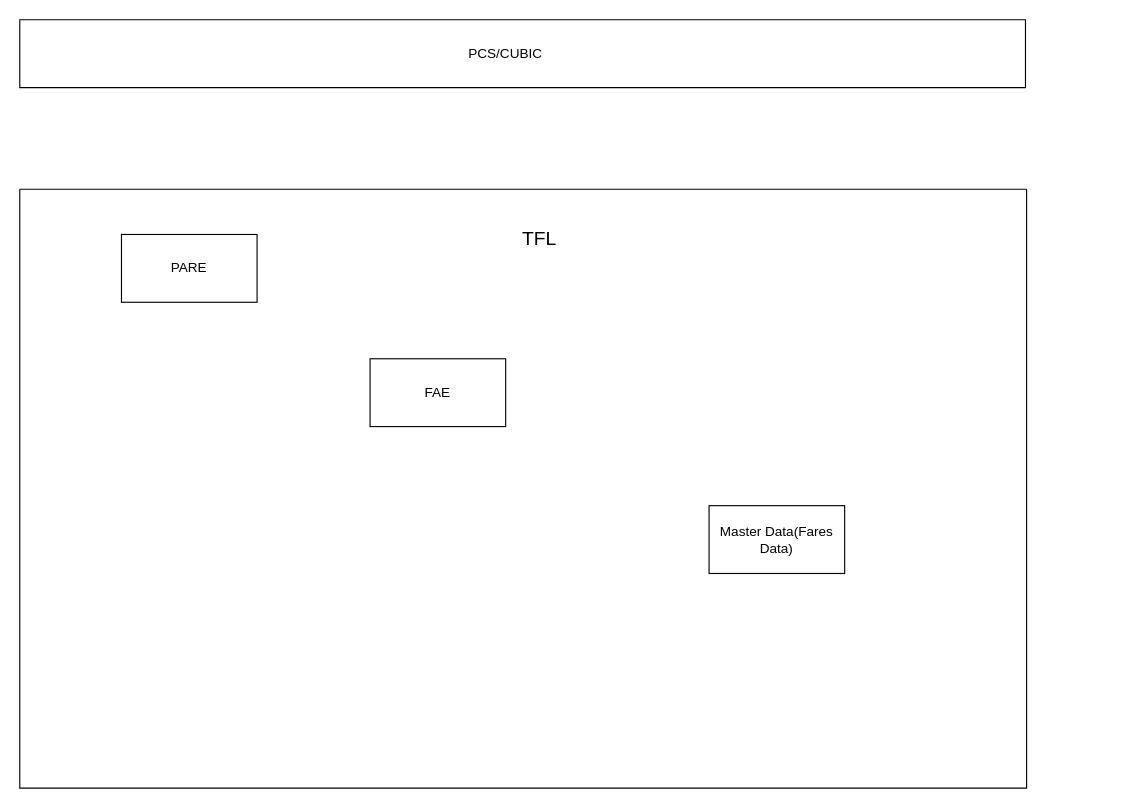
mattwatts36/drawings keeps this draw.io diagram as FTPLogicalDiagram.drawio. Above is the earlier version. Source tidied: cells renumbered, new cells numbered last; positions are measured from the earlier drawing's top-left corner, leaving out a move shared by most shapes. Both pictures are drawn from the tidied source at 113%, with x=0, y=0 at pixel (19, 19).
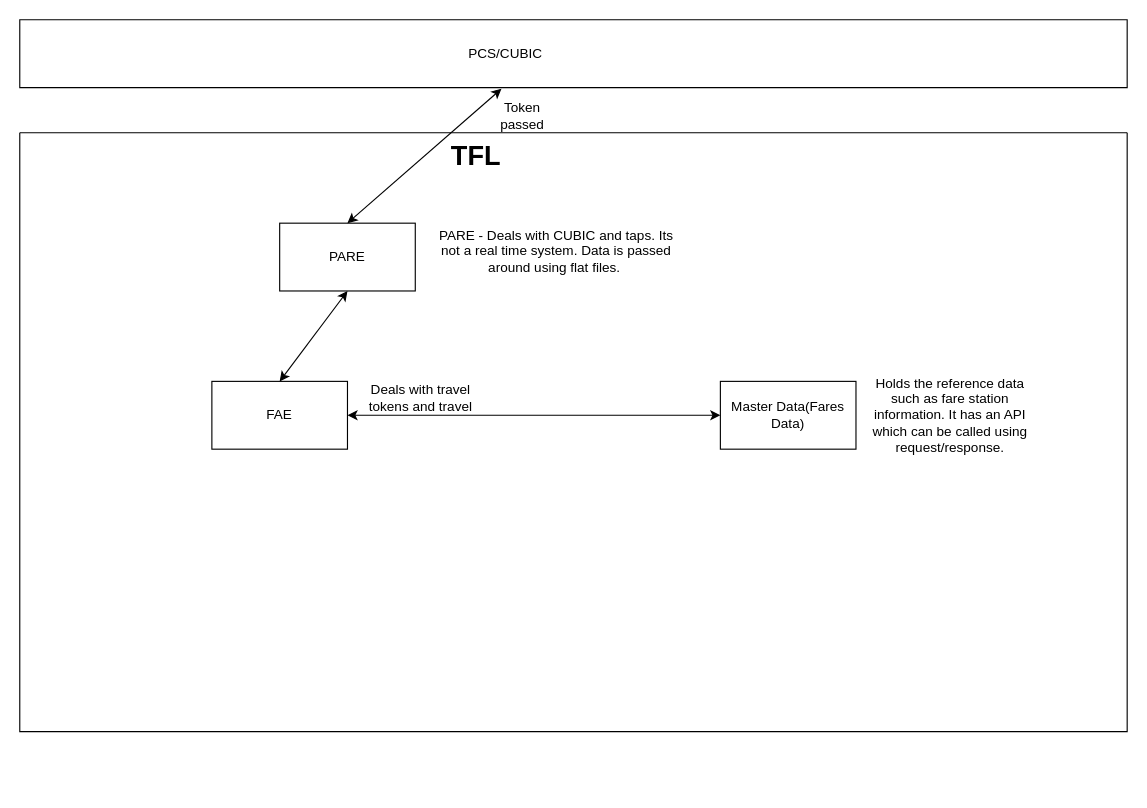
After the change.

Commit message:
Added details from meeting about the systems

What changed in the source:
```diff
@@
 <mxGraphModel>
   <root>
     <mxCell id="0" />
     <mxCell id="1" parent="0" />
     <mxCell id="2" style="verticalLabelPosition=bottom;verticalAlign=top;html=1;shape=mxgraph.basic.rect;fillColor2=none;strokeWidth=1;size=20;indent=5;" parent="1" vertex="1">
-      <mxGeometry width="890" height="60" as="geometry" />
+      <mxGeometry width="980" height="60" as="geometry" />
     </mxCell>
     <mxCell id="3" style="swimlane;startSize=0;" parent="1" vertex="1">
-      <mxGeometry y="150" width="891" height="530" as="geometry" />
+      <mxGeometry y="100" width="980" height="530" as="geometry" />
     </mxCell>
-    <mxCell id="4" value="TFL" style="text;html=1;align=center;verticalAlign=middle;whiteSpace=wrap;rounded=0;fontSize=17;" parent="3" vertex="1">
-      <mxGeometry x="370" y="30" width="180" height="30" as="geometry" />
-    </mxCell>
     <mxCell id="5" value="PARE" style="rounded=0;whiteSpace=wrap;html=1;" parent="3" vertex="1">
-      <mxGeometry x="90" y="40" width="120" height="60" as="geometry" />
+      <mxGeometry x="230" y="80" width="120" height="60" as="geometry" />
     </mxCell>
     <mxCell id="6" value="FAE" style="rounded=0;whiteSpace=wrap;html=1;" parent="3" vertex="1">
-      <mxGeometry x="310" y="150" width="120" height="60" as="geometry" />
+      <mxGeometry x="170" y="220" width="120" height="60" as="geometry" />
     </mxCell>
     <mxCell id="7" value="Master Data(Fares Data)" style="rounded=0;whiteSpace=wrap;html=1;" parent="3" vertex="1">
-      <mxGeometry x="610" y="280" width="120" height="60" as="geometry" />
+      <mxGeometry x="620" y="220" width="120" height="60" as="geometry" />
     </mxCell>
+    <mxCell id="4" value="&lt;h1 style=&quot;margin-top: 0px;&quot;&gt;TFL&lt;/h1&gt;" style="text;html=1;whiteSpace=wrap;overflow=hidden;rounded=0;" parent="3" vertex="1">
+      <mxGeometry x="380" width="60" height="50" as="geometry" />
+    </mxCell>
+    <mxCell id="9" value="PARE - Deals with CUBIC and taps. Its not a real time system. Data is passed around using flat files.&amp;nbsp;" style="text;html=1;align=center;verticalAlign=middle;whiteSpace=wrap;rounded=0;" parent="3" vertex="1">
+      <mxGeometry x="370" y="80" width="210" height="50" as="geometry" />
+    </mxCell>
+    <mxCell id="10" value="Deals with travel tokens and travel" style="text;html=1;align=center;verticalAlign=middle;whiteSpace=wrap;rounded=0;" parent="3" vertex="1">
+      <mxGeometry x="300" y="220" width="110" height="30" as="geometry" />
+    </mxCell>
+    <mxCell id="11" value="Holds the reference data such as fare station information. It has an API which can be called using request/response." style="text;html=1;align=center;verticalAlign=middle;whiteSpace=wrap;rounded=0;" parent="3" vertex="1">
+      <mxGeometry x="747" y="235" width="153" height="30" as="geometry" />
+    </mxCell>
+    <mxCell id="12" style="endArrow=classic;startArrow=classic;html=1;rounded=0;" parent="3" edge="1" target="7">
+      <mxGeometry relative="1" as="geometry">
+        <mxPoint x="290" y="250" as="sourcePoint" />
+      </mxGeometry>
+    </mxCell>
+    <mxCell id="13" style="endArrow=classic;startArrow=classic;html=1;rounded=0;entryX=0.5;entryY=1;entryDx=0;entryDy=0;" parent="3" edge="1" target="5">
+      <mxGeometry relative="1" as="geometry">
+        <mxPoint x="230" y="220" as="sourcePoint" />
+      </mxGeometry>
+    </mxCell>
     <mxCell id="8" value="PCS/CUBIC" style="text;html=1;align=center;verticalAlign=middle;whiteSpace=wrap;rounded=0;" parent="1" vertex="1">
       <mxGeometry x="400" y="15" width="60" height="30" as="geometry" />
     </mxCell>
+    <mxCell id="14" style="endArrow=classic;startArrow=classic;html=1;rounded=0;entryX=0.435;entryY=1.017;entryDx=0;entryDy=0;entryPerimeter=0;exitX=0.5;exitY=0;exitDx=0;exitDy=0;" parent="1" edge="1" source="5" target="2">
+      <mxGeometry relative="1" as="geometry" />
+    </mxCell>
+    <mxCell id="15" value="Token passed" style="text;html=1;align=center;verticalAlign=middle;whiteSpace=wrap;rounded=0;" parent="1" vertex="1">
+      <mxGeometry x="415" y="70" width="60" height="30" as="geometry" />
+    </mxCell>
   </root>
 </mxGraphModel>
```
